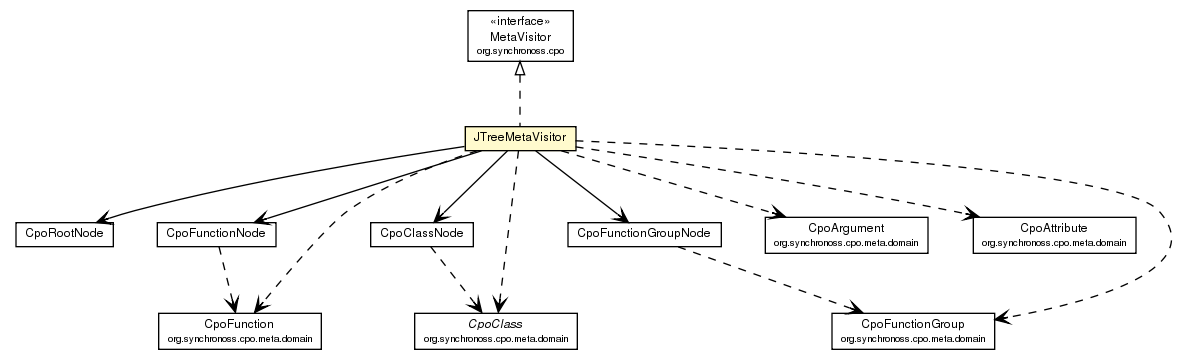
The Graphviz diagram site/apidocs/org/synchronoss/cpo/util/JTreeMetaVisitor.png in synchronoss/cpo-util, before a commit. Its source is kept beside it as site/apidocs/org/synchronoss/cpo/util/JTreeMetaVisitor.dot.
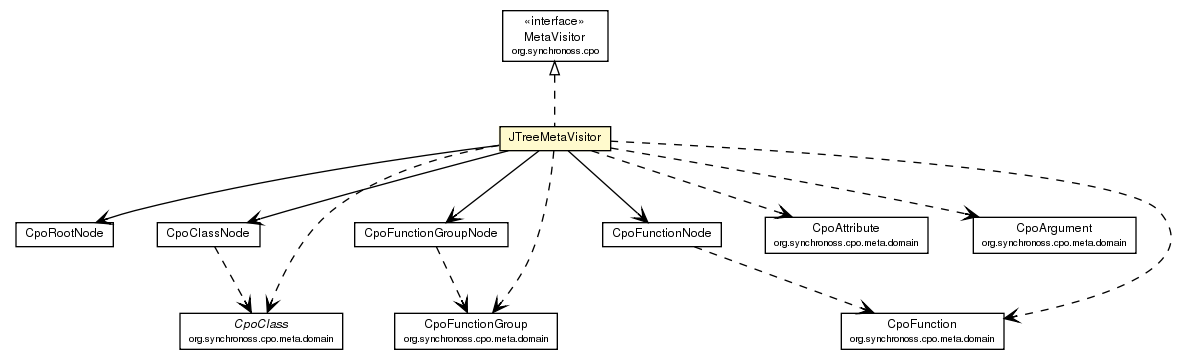
The same diagram one commit later.

Diff of the diagram source:
```diff
@@ -32,21 +32,21 @@
 	c1707:p -> c1723:p [taillabel="", label="", headlabel="", fontname="Helvetica", fontcolor="black", fontsize=10.0, color="black", arrowhead=open];
 	c1707:p -> c1728:p [taillabel="", label="", headlabel="", fontname="Helvetica", fontcolor="black", fontsize=10.0, color="black", arrowhead=open];
 	c1707:p -> c1721:p [taillabel="", label="", headlabel="", fontname="Helvetica", fontcolor="black", fontsize=10.0, color="black", arrowhead=open];
-	c1707:p -> c1765:p [taillabel="", label="", headlabel="", fontname="Helvetica", fontcolor="black", fontsize=10.0, color="black", arrowhead=open, style=dashed];
 	c1707:p -> c1766:p [taillabel="", label="", headlabel="", fontname="Helvetica", fontcolor="black", fontsize=10.0, color="black", arrowhead=open, style=dashed];
 	c1707:p -> c1767:p [taillabel="", label="", headlabel="", fontname="Helvetica", fontcolor="black", fontsize=10.0, color="black", arrowhead=open, style=dashed];
 	c1707:p -> c1768:p [taillabel="", label="", headlabel="", fontname="Helvetica", fontcolor="black", fontsize=10.0, color="black", arrowhead=open, style=dashed];
+	c1707:p -> c1769:p [taillabel="", label="", headlabel="", fontname="Helvetica", fontcolor="black", fontsize=10.0, color="black", arrowhead=open, style=dashed];
 	c1707:p -> c1770:p [taillabel="", label="", headlabel="", fontname="Helvetica", fontcolor="black", fontsize=10.0, color="black", arrowhead=open, style=dashed];
-	c1721:p -> c1765:p [taillabel="", label="", headlabel="", fontname="Helvetica", fontcolor="black", fontsize=10.0, color="black", arrowhead=open, style=dashed];
-	c1723:p -> c1766:p [taillabel="", label="", headlabel="", fontname="Helvetica", fontcolor="black", fontsize=10.0, color="black", arrowhead=open, style=dashed];
-	c1728:p -> c1770:p [taillabel="", label="", headlabel="", fontname="Helvetica", fontcolor="black", fontsize=10.0, color="black", arrowhead=open, style=dashed];
-	c1766 [label=<<table border="0" cellborder="1" cellspacing="0" cellpadding="2" port="p" href="http://java.sun.com/j2se/1.4.2/docs/api/org/synchronoss/cpo/meta/domain/CpoClass.html">
+	c1721:p -> c1770:p [taillabel="", label="", headlabel="", fontname="Helvetica", fontcolor="black", fontsize=10.0, color="black", arrowhead=open, style=dashed];
+	c1723:p -> c1767:p [taillabel="", label="", headlabel="", fontname="Helvetica", fontcolor="black", fontsize=10.0, color="black", arrowhead=open, style=dashed];
+	c1728:p -> c1766:p [taillabel="", label="", headlabel="", fontname="Helvetica", fontcolor="black", fontsize=10.0, color="black", arrowhead=open, style=dashed];
+	c1767 [label=<<table border="0" cellborder="1" cellspacing="0" cellpadding="2" port="p" href="http://java.sun.com/j2se/1.4.2/docs/api/org/synchronoss/cpo/meta/domain/CpoClass.html">
 		<tr><td><table border="0" cellspacing="0" cellpadding="1">
 			<tr><td><font face="Helvetica-Oblique"> CpoClass </font></td></tr>
 			<tr><td><font point-size="7.0"> org.synchronoss.cpo.meta.domain </font></td></tr>
 		</table></td></tr>
 		</table>>, fontname="Helvetica", fontcolor="black", fontsize=9.0];
-	c1767 [label=<<table border="0" cellborder="1" cellspacing="0" cellpadding="2" port="p" href="http://java.sun.com/j2se/1.4.2/docs/api/org/synchronoss/cpo/meta/domain/CpoArgument.html">
+	c1769 [label=<<table border="0" cellborder="1" cellspacing="0" cellpadding="2" port="p" href="http://java.sun.com/j2se/1.4.2/docs/api/org/synchronoss/cpo/meta/domain/CpoArgument.html">
 		<tr><td><table border="0" cellspacing="0" cellpadding="1">
 			<tr><td> CpoArgument </td></tr>
 			<tr><td><font point-size="7.0"> org.synchronoss.cpo.meta.domain </font></td></tr>
@@ -58,13 +58,13 @@
 			<tr><td><font point-size="7.0"> org.synchronoss.cpo.meta.domain </font></td></tr>
 		</table></td></tr>
 		</table>>, fontname="Helvetica", fontcolor="black", fontsize=9.0];
-	c1765 [label=<<table border="0" cellborder="1" cellspacing="0" cellpadding="2" port="p" href="http://java.sun.com/j2se/1.4.2/docs/api/org/synchronoss/cpo/meta/domain/CpoFunction.html">
+	c1770 [label=<<table border="0" cellborder="1" cellspacing="0" cellpadding="2" port="p" href="http://java.sun.com/j2se/1.4.2/docs/api/org/synchronoss/cpo/meta/domain/CpoFunction.html">
 		<tr><td><table border="0" cellspacing="0" cellpadding="1">
 			<tr><td> CpoFunction </td></tr>
 			<tr><td><font point-size="7.0"> org.synchronoss.cpo.meta.domain </font></td></tr>
 		</table></td></tr>
 		</table>>, fontname="Helvetica", fontcolor="black", fontsize=9.0];
-	c1770 [label=<<table border="0" cellborder="1" cellspacing="0" cellpadding="2" port="p" href="http://java.sun.com/j2se/1.4.2/docs/api/org/synchronoss/cpo/meta/domain/CpoFunctionGroup.html">
+	c1766 [label=<<table border="0" cellborder="1" cellspacing="0" cellpadding="2" port="p" href="http://java.sun.com/j2se/1.4.2/docs/api/org/synchronoss/cpo/meta/domain/CpoFunctionGroup.html">
 		<tr><td><table border="0" cellspacing="0" cellpadding="1">
 			<tr><td> CpoFunctionGroup </td></tr>
 			<tr><td><font point-size="7.0"> org.synchronoss.cpo.meta.domain </font></td></tr>
```
